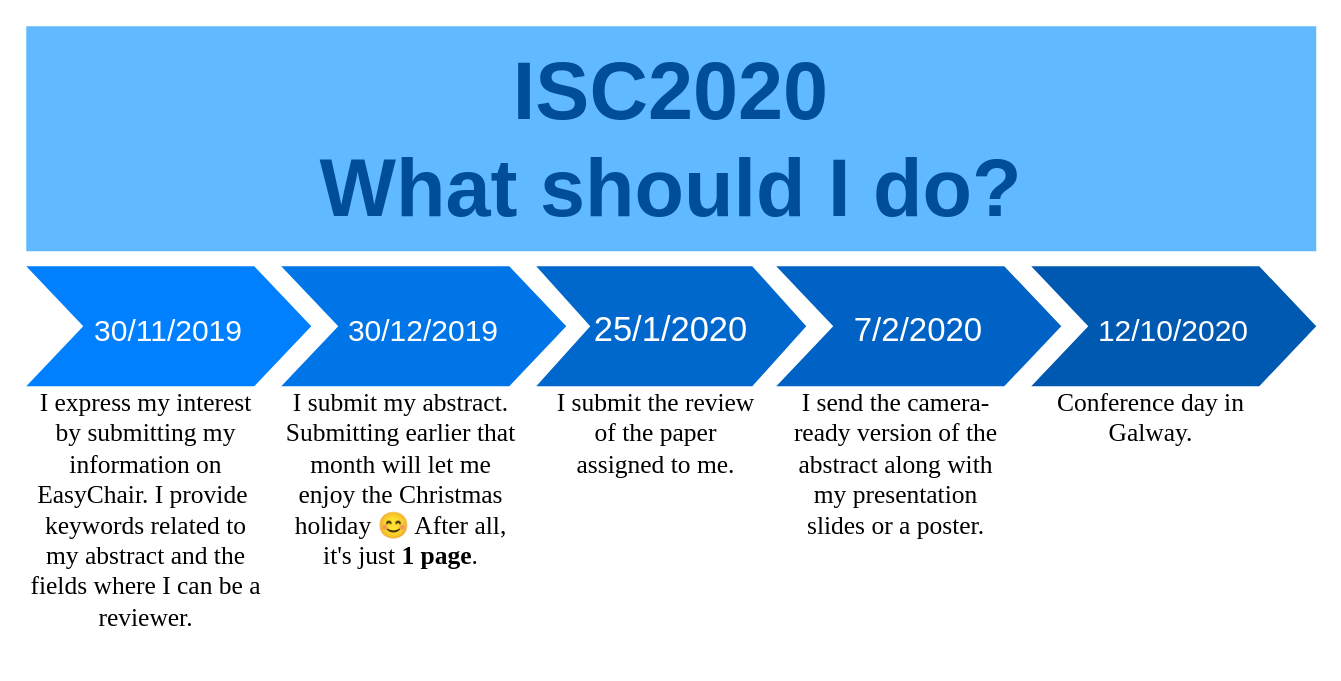
insight-centre/studentconference2019 keeps this draw.io diagram as assets/docs/ISC_flowchart.drawio. Above is the earlier version. Source tidied: cells renumbered, new cells numbered last; positions are measured from the earlier drawing's top-left corner, leaving out a move shared by most shapes. Both pictures are drawn from the tidied source at 150%, with x=0, y=0 at pixel (26, 26).
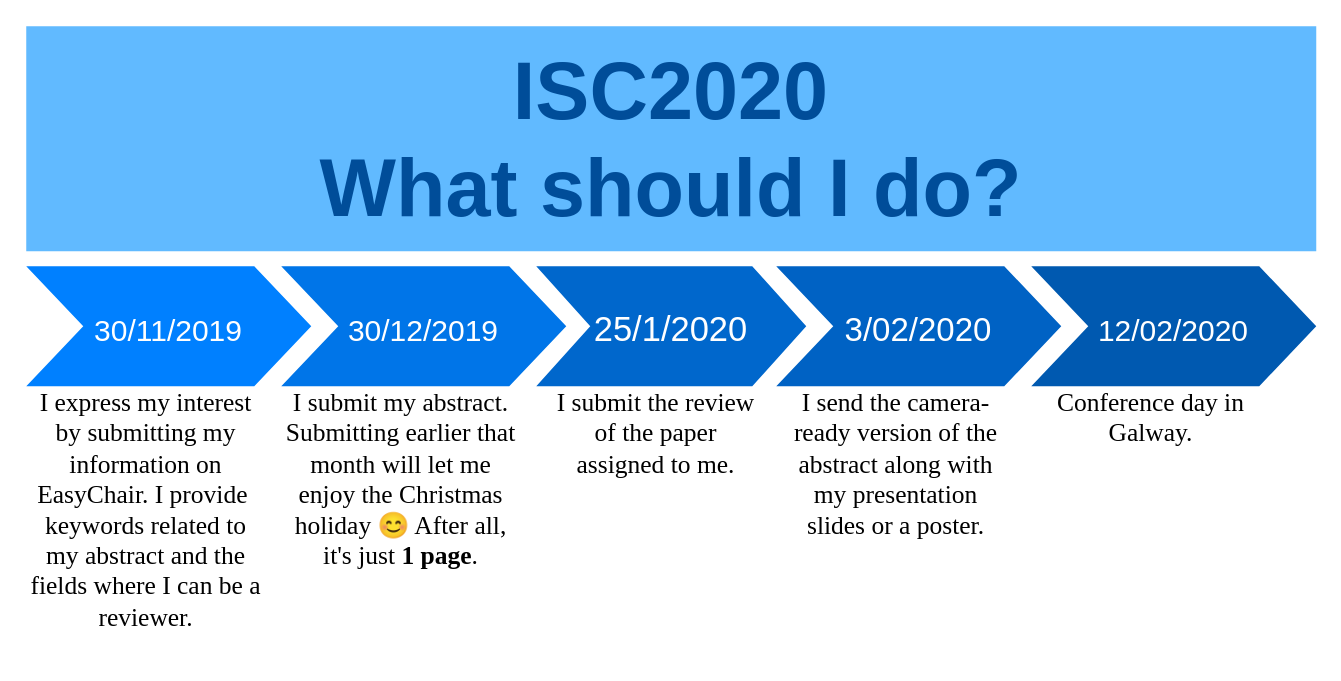
The same page after the edit.

The edit, as a diff of the source:
```diff
@@
 <mxGraphModel background="#ffffff">
   <root>
     <mxCell id="0" />
     <mxCell id="1" parent="0" />
     <mxCell id="2" value="&lt;font style=&quot;font-size: 20px&quot;&gt;30/11/2019&lt;/font&gt;" style="shape=step;whiteSpace=wrap;html=1;fontSize=28;fillColor=#0080FF;fontColor=#FFFFFF;strokeColor=none;" parent="1" vertex="1">
       <mxGeometry y="160" width="190" height="80" as="geometry" />
     </mxCell>
     <mxCell id="3" value="&lt;font style=&quot;font-size: 20px&quot;&gt;30/12/2019&lt;/font&gt;" style="shape=step;whiteSpace=wrap;html=1;fontSize=28;fillColor=#0075E8;fontColor=#FFFFFF;strokeColor=none;" parent="1" vertex="1">
       <mxGeometry x="170" y="160" width="190" height="80" as="geometry" />
     </mxCell>
     <mxCell id="4" value="&lt;font style=&quot;font-size: 23px&quot;&gt;25/1/2020&lt;/font&gt;" style="shape=step;whiteSpace=wrap;html=1;fontSize=28;fillColor=#0067CC;fontColor=#FFFFFF;strokeColor=none;" parent="1" vertex="1">
       <mxGeometry x="340" y="160" width="180" height="80" as="geometry" />
     </mxCell>
-    <mxCell id="5" value="&lt;font style=&quot;font-size: 22px&quot;&gt;7/2/2020&lt;/font&gt;" style="shape=step;whiteSpace=wrap;html=1;fontSize=28;fillColor=#0062C4;fontColor=#FFFFFF;strokeColor=none;" parent="1" vertex="1">
+    <mxCell id="5" value="&lt;font style=&quot;font-size: 22px&quot;&gt;3/02/2020&lt;/font&gt;" style="shape=step;whiteSpace=wrap;html=1;fontSize=28;fillColor=#0062C4;fontColor=#FFFFFF;strokeColor=none;" parent="1" vertex="1">
       <mxGeometry x="500" y="160" width="190" height="80" as="geometry" />
     </mxCell>
-    <mxCell id="6" value="&lt;font style=&quot;font-size: 20px&quot;&gt;12/10/2020&lt;/font&gt;" style="shape=step;whiteSpace=wrap;html=1;fontSize=28;fillColor=#0059B0;fontColor=#FFFFFF;strokeColor=none;" parent="1" vertex="1">
+    <mxCell id="6" value="&lt;font style=&quot;font-size: 20px&quot;&gt;12/02/2020&lt;/font&gt;" style="shape=step;whiteSpace=wrap;html=1;fontSize=28;fillColor=#0059B0;fontColor=#FFFFFF;strokeColor=none;" parent="1" vertex="1">
       <mxGeometry x="670" y="160" width="190" height="80" as="geometry" />
     </mxCell>
     <mxCell id="7" value="&lt;div&gt;ISC2020&lt;/div&gt;&lt;div&gt;What should I do?&lt;/div&gt;" style="text;html=1;strokeColor=none;fillColor=#61BAFF;align=center;verticalAlign=middle;whiteSpace=wrap;fontSize=54;fontStyle=1;fontColor=#004D99;" parent="1" vertex="1">
       <mxGeometry width="860" height="150" as="geometry" />
     </mxCell>
     <mxCell id="8" value="&lt;div style=&quot;font-size: 17px&quot; align=&quot;center&quot;&gt;&lt;font face=&quot;Times New Roman&quot;&gt;I express my interest by submitting my information on EasyChair. I provide&amp;nbsp; keywords related to my abstract and the fields where I can be a reviewer.&lt;/font&gt;&lt;br&gt;&lt;/div&gt;" style="text;spacingTop=-5;fillColor=#ffffff;whiteSpace=wrap;html=1;align=center;fontSize=12;fontFamily=Helvetica;fillColor=none;strokeColor=none;" parent="1" vertex="1">
       <mxGeometry y="240" width="160" height="180" as="geometry" />
     </mxCell>
     <mxCell id="9" value="&lt;div style=&quot;font-size: 17px&quot; align=&quot;center&quot;&gt;&lt;font style=&quot;font-size: 17px&quot; face=&quot;Times New Roman&quot;&gt;I submit my abstract. Submitting earlier that month will let me enjoy the Christmas holiday 😊 After all, it's just &lt;b&gt;1 page&lt;/b&gt;.&lt;/font&gt;&lt;br&gt;&lt;/div&gt;" style="text;spacingTop=-5;fillColor=#ffffff;whiteSpace=wrap;html=1;align=center;fontSize=12;fontFamily=Helvetica;fillColor=none;strokeColor=none;" parent="1" vertex="1">
       <mxGeometry x="170" y="240" width="160" height="170" as="geometry" />
     </mxCell>
     <mxCell id="10" value="&lt;div align=&quot;center&quot;&gt;&lt;font style=&quot;font-size: 17px&quot; face=&quot;Times New Roman&quot;&gt;I submit the review of the paper assigned to me.&lt;/font&gt;&lt;/div&gt;" style="text;spacingTop=-5;fillColor=#ffffff;whiteSpace=wrap;html=1;align=center;fontSize=12;fontFamily=Helvetica;fillColor=none;strokeColor=none;" parent="1" vertex="1">
       <mxGeometry x="350" y="240" width="140" height="170" as="geometry" />
     </mxCell>
     <mxCell id="11" value="&lt;div style=&quot;font-size: 17px&quot; align=&quot;center&quot;&gt;&lt;font style=&quot;font-size: 17px&quot; face=&quot;Times New Roman&quot;&gt;I send the camera-ready version of the abstract along with my presentation slides or a poster.&lt;br&gt;&lt;/font&gt;&lt;/div&gt;" style="text;spacingTop=-5;fillColor=#ffffff;whiteSpace=wrap;html=1;align=center;fontSize=12;fontFamily=Helvetica;fillColor=none;strokeColor=none;" parent="1" vertex="1">
       <mxGeometry x="510" y="240" width="140" height="180" as="geometry" />
     </mxCell>
     <mxCell id="12" value="&lt;div style=&quot;font-size: 17px&quot; align=&quot;center&quot;&gt;&lt;font face=&quot;Times New Roman&quot;&gt;Conference day in Galway.&lt;br&gt;&lt;/font&gt;&lt;/div&gt;" style="text;spacingTop=-5;fillColor=#ffffff;whiteSpace=wrap;html=1;align=center;fontSize=12;fontFamily=Helvetica;fillColor=none;strokeColor=none;" parent="1" vertex="1">
       <mxGeometry x="680" y="240" width="140" height="130" as="geometry" />
     </mxCell>
   </root>
 </mxGraphModel>
```
